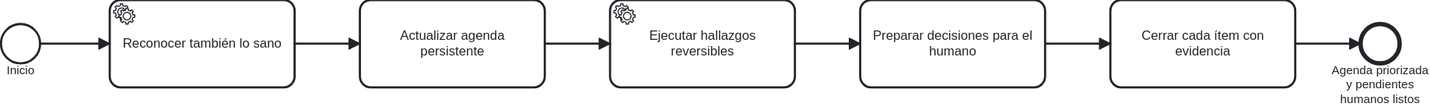
This is docs/atlas/render/71-auditoria-nocturna-as-is.svg from ArmandoMedina/jidoka, a BPMN export, as it was before one commit. Its source is kept beside it as docs/atlas/70-auditoria/71-auditoria-nocturna-as-is.bpmn. Ids are renumbered. Source of this version:
```xml
<bpmn:definitions xmlns:bpmn="http://www.omg.org/spec/BPMN/20100524/MODEL" xmlns:bpmndi="http://www.omg.org/spec/BPMN/20100524/DI" xmlns:dc="http://www.omg.org/spec/DD/20100524/DC" xmlns:di="http://www.omg.org/spec/DD/20100524/DI" xmlns:xsi="http://www.w3.org/2001/XMLSchema-instance" id="Definitions_71_AuditNoct" targetNamespace="https://github.com/ArmandoMedina/jidoka/process-atlas" exporter="OpenAI BPMN Atlas Generator" exporterVersion="0.2" xmlns:modeler="http://camunda.org/schema/modeler/1.0" modeler:executionPlatform="Camunda Platform" modeler:executionPlatformVersion="7.18.0">
  <bpmn:process id="Process_AuditoriaNocturna" name="Auditoría desatendida nocturna" isExecutable="false">
    <bpmn:documentation>Fuente: kanban/auditoria.md y kanban/desatendido.md</bpmn:documentation>
    <bpmn:startEvent id="Start" name="Inicio">
      <bpmn:outgoing>F_Start_Task_Reconocer</bpmn:outgoing>
    </bpmn:startEvent>
    <bpmn:serviceTask id="Task_Reconocer" name="Reconocer también lo sano">
      <bpmn:incoming>F_Start_Task_Reconocer</bpmn:incoming>
      <bpmn:outgoing>F_Task_Reconocer_Task_Agenda</bpmn:outgoing>
    </bpmn:serviceTask>
    <bpmn:sequenceFlow id="F_Start_Task_Reconocer" sourceRef="Start" targetRef="Task_Reconocer"/>
    <bpmn:task id="Task_Agenda" name="Actualizar agenda persistente">
      <bpmn:incoming>F_Task_Reconocer_Task_Agenda</bpmn:incoming>
      <bpmn:outgoing>F_Task_Agenda_Task_Agente</bpmn:outgoing>
    </bpmn:task>
    <bpmn:sequenceFlow id="F_Task_Reconocer_Task_Agenda" sourceRef="Task_Reconocer" targetRef="Task_Agenda"/>
    <bpmn:serviceTask id="Task_Agente" name="Ejecutar hallazgos reversibles">
      <bpmn:incoming>F_Task_Agenda_Task_Agente</bpmn:incoming>
      <bpmn:outgoing>F_Task_Agente_Task_Humano</bpmn:outgoing>
    </bpmn:serviceTask>
    <bpmn:sequenceFlow id="F_Task_Agenda_Task_Agente" sourceRef="Task_Agenda" targetRef="Task_Agente"/>
    <bpmn:task id="Task_Humano" name="Preparar decisiones para el humano">
      <bpmn:incoming>F_Task_Agente_Task_Humano</bpmn:incoming>
      <bpmn:outgoing>F_Task_Humano_Task_Cierre</bpmn:outgoing>
    </bpmn:task>
    <bpmn:sequenceFlow id="F_Task_Agente_Task_Humano" sourceRef="Task_Agente" targetRef="Task_Humano"/>
    <bpmn:task id="Task_Cierre" name="Cerrar cada ítem con evidencia">
      <bpmn:incoming>F_Task_Humano_Task_Cierre</bpmn:incoming>
      <bpmn:outgoing>F_Task_Cierre_End</bpmn:outgoing>
    </bpmn:task>
    <bpmn:sequenceFlow id="F_Task_Humano_Task_Cierre" sourceRef="Task_Humano" targetRef="Task_Cierre"/>
    <bpmn:endEvent id="End" name="Agenda priorizada y pendientes humanos listos">
      <bpmn:incoming>F_Task_Cierre_End</bpmn:incoming>
    </bpmn:endEvent>
    <bpmn:sequenceFlow id="F_Task_Cierre_End" sourceRef="Task_Cierre" targetRef="End"/>
  </bpmn:process>
  <bpmndi:BPMNDiagram id="Diagram_71_AuditNoct">
    <bpmndi:BPMNPlane id="Plane_Diagram_71_AuditNoct" bpmnElement="Process_AuditoriaNocturna">
      <bpmndi:BPMNShape id="Shape_Start" bpmnElement="Start">
        <dc:Bounds x="80" y="220" width="36" height="36"/>
      </bpmndi:BPMNShape>
      <bpmndi:BPMNShape id="Shape_Task_Reconocer" bpmnElement="Task_Reconocer">
        <dc:Bounds x="180" y="198" width="170" height="80"/>
      </bpmndi:BPMNShape>
      <bpmndi:BPMNEdge id="Edge_F_Start_Task_Reconocer" bpmnElement="F_Start_Task_Reconocer">
        <di:waypoint x="116" y="238"/>
        <di:waypoint x="180" y="238"/>
      </bpmndi:BPMNEdge>
      <bpmndi:BPMNShape id="Shape_Task_Agenda" bpmnElement="Task_Agenda">
        <dc:Bounds x="410" y="198" width="170" height="80"/>
      </bpmndi:BPMNShape>
      <bpmndi:BPMNEdge id="Edge_F_Task_Reconocer_Task_Agenda" bpmnElement="F_Task_Reconocer_Task_Agenda">
        <di:waypoint x="350" y="238"/>
        <di:waypoint x="410" y="238"/>
      </bpmndi:BPMNEdge>
      <bpmndi:BPMNShape id="Shape_Task_Agente" bpmnElement="Task_Agente">
        <dc:Bounds x="640" y="198" width="170" height="80"/>
      </bpmndi:BPMNShape>
      <bpmndi:BPMNEdge id="Edge_F_Task_Agenda_Task_Agente" bpmnElement="F_Task_Agenda_Task_Agente">
        <di:waypoint x="580" y="238"/>
        <di:waypoint x="640" y="238"/>
      </bpmndi:BPMNEdge>
      <bpmndi:BPMNShape id="Shape_Task_Humano" bpmnElement="Task_Humano">
        <dc:Bounds x="870" y="198" width="170" height="80"/>
      </bpmndi:BPMNShape>
      <bpmndi:BPMNEdge id="Edge_F_Task_Agente_Task_Humano" bpmnElement="F_Task_Agente_Task_Humano">
        <di:waypoint x="810" y="238"/>
        <di:waypoint x="870" y="238"/>
      </bpmndi:BPMNEdge>
      <bpmndi:BPMNShape id="Shape_Task_Cierre" bpmnElement="Task_Cierre">
        <dc:Bounds x="1100" y="198" width="170" height="80"/>
      </bpmndi:BPMNShape>
      <bpmndi:BPMNEdge id="Edge_F_Task_Humano_Task_Cierre" bpmnElement="F_Task_Humano_Task_Cierre">
        <di:waypoint x="1040" y="238"/>
        <di:waypoint x="1100" y="238"/>
      </bpmndi:BPMNEdge>
      <bpmndi:BPMNShape id="Shape_End" bpmnElement="End">
        <dc:Bounds x="1330" y="220" width="36" height="36"/>
      </bpmndi:BPMNShape>
      <bpmndi:BPMNEdge id="Edge_F_Task_Cierre_End" bpmnElement="F_Task_Cierre_End">
        <di:waypoint x="1270" y="238"/>
        <di:waypoint x="1330" y="238"/>
      </bpmndi:BPMNEdge>
    </bpmndi:BPMNPlane>
  </bpmndi:BPMNDiagram>
</bpmn:definitions>
```
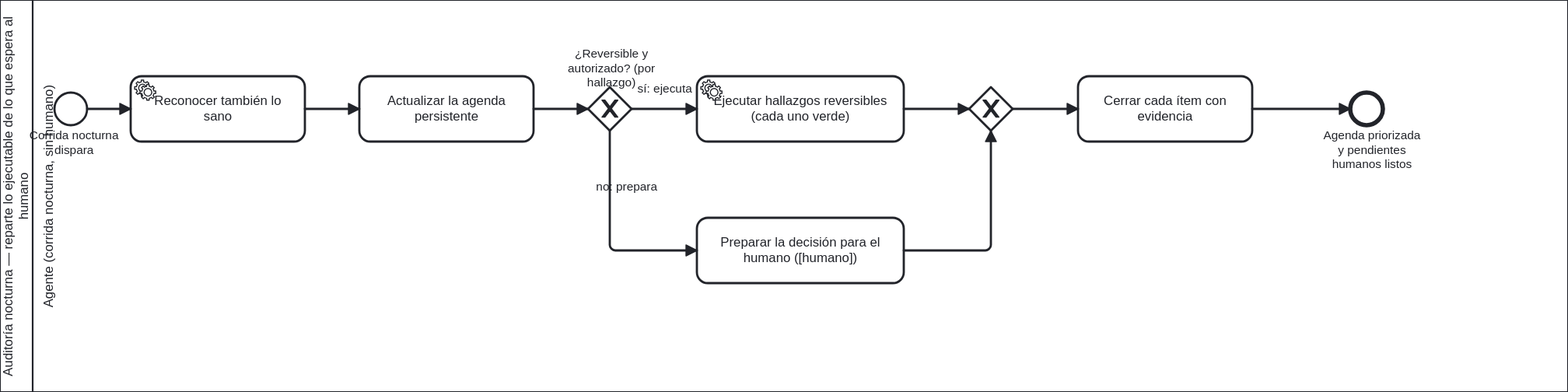
The same file after the commit.

What changed in the source:
```diff
@@ -1,85 +1,143 @@
-<bpmn:definitions xmlns:bpmn="http://www.omg.org/spec/BPMN/20100524/MODEL" xmlns:bpmndi="http://www.omg.org/spec/BPMN/20100524/DI" xmlns:dc="http://www.omg.org/spec/DD/20100524/DC" xmlns:di="http://www.omg.org/spec/DD/20100524/DI" xmlns:xsi="http://www.w3.org/2001/XMLSchema-instance" id="Definitions_71_AuditNoct" targetNamespace="https://github.com/ArmandoMedina/jidoka/process-atlas" exporter="OpenAI BPMN Atlas Generator" exporterVersion="0.2" xmlns:modeler="http://camunda.org/schema/modeler/1.0" modeler:executionPlatform="Camunda Platform" modeler:executionPlatformVersion="7.18.0">
-  <bpmn:process id="Process_AuditoriaNocturna" name="Auditoría desatendida nocturna" isExecutable="false">
-    <bpmn:documentation>Fuente: kanban/auditoria.md y kanban/desatendido.md</bpmn:documentation>
-    <bpmn:startEvent id="Start" name="Inicio">
-      <bpmn:outgoing>F_Start_Task_Reconocer</bpmn:outgoing>
+<bpmn:definitions xmlns:bpmn="http://www.omg.org/spec/BPMN/20100524/MODEL" xmlns:bpmndi="http://www.omg.org/spec/BPMN/20100524/DI" xmlns:dc="http://www.omg.org/spec/DD/20100524/DC" xmlns:di="http://www.omg.org/spec/DD/20100524/DI" xmlns:xsi="http://www.w3.org/2001/XMLSchema-instance" id="Definitions_71_AuditNoct" targetNamespace="https://github.com/ArmandoMedina/jidoka/process-atlas" exporter="Jidoka Atlas" exporterVersion="0.3" xmlns:modeler="http://camunda.org/schema/modeler/1.0" modeler:executionPlatform="Camunda Platform" modeler:executionPlatformVersion="7.18.0">
+  <bpmn:collaboration id="Collab_AuditNoct">
+    <bpmn:participant id="Pool_AuditNoct" name="Auditoría nocturna — reparte lo ejecutable de lo que espera al humano" processRef="Process_AuditoriaNocturna"/>
+  </bpmn:collaboration>
+  <bpmn:process id="Process_AuditoriaNocturna" name="Auditoría nocturna: ejecuta lo reversible, deja listo lo de juicio" isExecutable="false">
+    <bpmn:documentation>Fuente: kanban/auditoria.md y kanban/desatendido.md. Corrida sin humano presente (un solo actor: el agente nocturno); reparte por hallazgo entre ejecutar y preparar para el humano.</bpmn:documentation>
+    <bpmn:laneSet id="LaneSet_AuditNoct">
+      <bpmn:lane id="Lane_Agente" name="Agente (corrida nocturna, sin humano)">
+        <bpmn:flowNodeRef>Start</bpmn:flowNodeRef>
+        <bpmn:flowNodeRef>T_Reconocer</bpmn:flowNodeRef>
+        <bpmn:flowNodeRef>T_Agenda</bpmn:flowNodeRef>
+        <bpmn:flowNodeRef>Gw_Reparto</bpmn:flowNodeRef>
+        <bpmn:flowNodeRef>T_Ejecutar</bpmn:flowNodeRef>
+        <bpmn:flowNodeRef>T_Humano</bpmn:flowNodeRef>
+        <bpmn:flowNodeRef>Gw_Join</bpmn:flowNodeRef>
+        <bpmn:flowNodeRef>T_Cierre</bpmn:flowNodeRef>
+        <bpmn:flowNodeRef>End</bpmn:flowNodeRef>
+      </bpmn:lane>
+    </bpmn:laneSet>
+    <bpmn:startEvent id="Start" name="Corrida nocturna dispara">
+      <bpmn:outgoing>f1</bpmn:outgoing>
     </bpmn:startEvent>
-    <bpmn:serviceTask id="Task_Reconocer" name="Reconocer también lo sano">
-      <bpmn:incoming>F_Start_Task_Reconocer</bpmn:incoming>
-      <bpmn:outgoing>F_Task_Reconocer_Task_Agenda</bpmn:outgoing>
+    <bpmn:serviceTask id="T_Reconocer" name="Reconocer también lo sano">
+      <bpmn:incoming>f1</bpmn:incoming>
+      <bpmn:outgoing>f2</bpmn:outgoing>
     </bpmn:serviceTask>
-    <bpmn:sequenceFlow id="F_Start_Task_Reconocer" sourceRef="Start" targetRef="Task_Reconocer"/>
-    <bpmn:task id="Task_Agenda" name="Actualizar agenda persistente">
-      <bpmn:incoming>F_Task_Reconocer_Task_Agenda</bpmn:incoming>
-      <bpmn:outgoing>F_Task_Agenda_Task_Agente</bpmn:outgoing>
+    <bpmn:task id="T_Agenda" name="Actualizar la agenda persistente">
+      <bpmn:incoming>f2</bpmn:incoming>
+      <bpmn:outgoing>f3</bpmn:outgoing>
     </bpmn:task>
-    <bpmn:sequenceFlow id="F_Task_Reconocer_Task_Agenda" sourceRef="Task_Reconocer" targetRef="Task_Agenda"/>
-    <bpmn:serviceTask id="Task_Agente" name="Ejecutar hallazgos reversibles">
-      <bpmn:incoming>F_Task_Agenda_Task_Agente</bpmn:incoming>
-      <bpmn:outgoing>F_Task_Agente_Task_Humano</bpmn:outgoing>
+    <bpmn:exclusiveGateway id="Gw_Reparto" name="¿Reversible y autorizado? (por hallazgo)">
+      <bpmn:incoming>f3</bpmn:incoming>
+      <bpmn:outgoing>f_si</bpmn:outgoing>
+      <bpmn:outgoing>f_no</bpmn:outgoing>
+    </bpmn:exclusiveGateway>
+    <bpmn:serviceTask id="T_Ejecutar" name="Ejecutar hallazgos reversibles (cada uno verde)">
+      <bpmn:incoming>f_si</bpmn:incoming>
+      <bpmn:outgoing>f_ej_join</bpmn:outgoing>
     </bpmn:serviceTask>
-    <bpmn:sequenceFlow id="F_Task_Agenda_Task_Agente" sourceRef="Task_Agenda" targetRef="Task_Agente"/>
-    <bpmn:task id="Task_Humano" name="Preparar decisiones para el humano">
-      <bpmn:incoming>F_Task_Agente_Task_Humano</bpmn:incoming>
-      <bpmn:outgoing>F_Task_Humano_Task_Cierre</bpmn:outgoing>
+    <bpmn:task id="T_Humano" name="Preparar la decisión para el humano ([humano])">
+      <bpmn:incoming>f_no</bpmn:incoming>
+      <bpmn:outgoing>f_hu_join</bpmn:outgoing>
     </bpmn:task>
-    <bpmn:sequenceFlow id="F_Task_Agente_Task_Humano" sourceRef="Task_Agente" targetRef="Task_Humano"/>
-    <bpmn:task id="Task_Cierre" name="Cerrar cada ítem con evidencia">
-      <bpmn:incoming>F_Task_Humano_Task_Cierre</bpmn:incoming>
-      <bpmn:outgoing>F_Task_Cierre_End</bpmn:outgoing>
+    <bpmn:exclusiveGateway id="Gw_Join">
+      <bpmn:incoming>f_ej_join</bpmn:incoming>
+      <bpmn:incoming>f_hu_join</bpmn:incoming>
+      <bpmn:outgoing>f_join_cierre</bpmn:outgoing>
+    </bpmn:exclusiveGateway>
+    <bpmn:task id="T_Cierre" name="Cerrar cada ítem con evidencia">
+      <bpmn:incoming>f_join_cierre</bpmn:incoming>
+      <bpmn:outgoing>f_cierre_end</bpmn:outgoing>
     </bpmn:task>
-    <bpmn:sequenceFlow id="F_Task_Humano_Task_Cierre" sourceRef="Task_Humano" targetRef="Task_Cierre"/>
     <bpmn:endEvent id="End" name="Agenda priorizada y pendientes humanos listos">
-      <bpmn:incoming>F_Task_Cierre_End</bpmn:incoming>
+      <bpmn:incoming>f_cierre_end</bpmn:incoming>
     </bpmn:endEvent>
-    <bpmn:sequenceFlow id="F_Task_Cierre_End" sourceRef="Task_Cierre" targetRef="End"/>
+    <bpmn:sequenceFlow id="f1" sourceRef="Start" targetRef="T_Reconocer"/>
+    <bpmn:sequenceFlow id="f2" sourceRef="T_Reconocer" targetRef="T_Agenda"/>
+    <bpmn:sequenceFlow id="f3" sourceRef="T_Agenda" targetRef="Gw_Reparto"/>
+    <bpmn:sequenceFlow id="f_si" name="sí: ejecuta" sourceRef="Gw_Reparto" targetRef="T_Ejecutar"/>
+    <bpmn:sequenceFlow id="f_no" name="no: prepara" sourceRef="Gw_Reparto" targetRef="T_Humano"/>
+    <bpmn:sequenceFlow id="f_ej_join" sourceRef="T_Ejecutar" targetRef="Gw_Join"/>
+    <bpmn:sequenceFlow id="f_hu_join" sourceRef="T_Humano" targetRef="Gw_Join"/>
+    <bpmn:sequenceFlow id="f_join_cierre" sourceRef="Gw_Join" targetRef="T_Cierre"/>
+    <bpmn:sequenceFlow id="f_cierre_end" sourceRef="T_Cierre" targetRef="End"/>
   </bpmn:process>
   <bpmndi:BPMNDiagram id="Diagram_71_AuditNoct">
-    <bpmndi:BPMNPlane id="Plane_Diagram_71_AuditNoct" bpmnElement="Process_AuditoriaNocturna">
-      <bpmndi:BPMNShape id="Shape_Start" bpmnElement="Start">
-        <dc:Bounds x="80" y="220" width="36" height="36"/>
+    <bpmndi:BPMNPlane id="Plane_71_AuditNoct" bpmnElement="Collab_AuditNoct">
+      <bpmndi:BPMNShape id="S_Pool" bpmnElement="Pool_AuditNoct" isHorizontal="true">
+        <dc:Bounds x="160" y="80" width="1440" height="360"/>
       </bpmndi:BPMNShape>
-      <bpmndi:BPMNShape id="Shape_Task_Reconocer" bpmnElement="Task_Reconocer">
-        <dc:Bounds x="180" y="198" width="170" height="80"/>
+      <bpmndi:BPMNShape id="S_LaneA" bpmnElement="Lane_Agente" isHorizontal="true">
+        <dc:Bounds x="190" y="80" width="1410" height="360"/>
       </bpmndi:BPMNShape>
-      <bpmndi:BPMNEdge id="Edge_F_Start_Task_Reconocer" bpmnElement="F_Start_Task_Reconocer">
-        <di:waypoint x="116" y="238"/>
-        <di:waypoint x="180" y="238"/>
+      <bpmndi:BPMNShape id="S_Start" bpmnElement="Start">
+        <dc:Bounds x="210" y="165" width="30" height="30"/>
+        <bpmndi:BPMNLabel><dc:Bounds x="188" y="198" width="80" height="27"/></bpmndi:BPMNLabel>
+      </bpmndi:BPMNShape>
+      <bpmndi:BPMNShape id="S_TReconocer" bpmnElement="T_Reconocer">
+        <dc:Bounds x="280" y="150" width="160" height="60"/>
+      </bpmndi:BPMNShape>
+      <bpmndi:BPMNShape id="S_TAgenda" bpmnElement="T_Agenda">
+        <dc:Bounds x="490" y="150" width="160" height="60"/>
+      </bpmndi:BPMNShape>
+      <bpmndi:BPMNShape id="S_GwReparto" bpmnElement="Gw_Reparto" isMarkerVisible="true">
+        <dc:Bounds x="700" y="160" width="40" height="40"/>
+        <bpmndi:BPMNLabel><dc:Bounds x="685" y="123" width="72" height="27"/></bpmndi:BPMNLabel>
+      </bpmndi:BPMNShape>
+      <bpmndi:BPMNShape id="S_TEjecutar" bpmnElement="T_Ejecutar">
+        <dc:Bounds x="800" y="150" width="190" height="60"/>
+      </bpmndi:BPMNShape>
+      <bpmndi:BPMNShape id="S_THumano" bpmnElement="T_Humano">
+        <dc:Bounds x="800" y="280" width="190" height="60"/>
+      </bpmndi:BPMNShape>
+      <bpmndi:BPMNShape id="S_GwJoin" bpmnElement="Gw_Join" isMarkerVisible="true">
+        <dc:Bounds x="1050" y="160" width="40" height="40"/>
+      </bpmndi:BPMNShape>
+      <bpmndi:BPMNShape id="S_TCierre" bpmnElement="T_Cierre">
+        <dc:Bounds x="1150" y="150" width="160" height="60"/>
+      </bpmndi:BPMNShape>
+      <bpmndi:BPMNShape id="S_End" bpmnElement="End">
+        <dc:Bounds x="1400" y="165" width="30" height="30"/>
+        <bpmndi:BPMNLabel><dc:Bounds x="1375" y="198" width="90" height="27"/></bpmndi:BPMNLabel>
+      </bpmndi:BPMNShape>
+      <bpmndi:BPMNEdge id="E_f1" bpmnElement="f1">
+        <di:waypoint x="240" y="180"/>
+        <di:waypoint x="280" y="180"/>
       </bpmndi:BPMNEdge>
-      <bpmndi:BPMNShape id="Shape_Task_Agenda" bpmnElement="Task_Agenda">
-        <dc:Bounds x="410" y="198" width="170" height="80"/>
-      </bpmndi:BPMNShape>
-      <bpmndi:BPMNEdge id="Edge_F_Task_Reconocer_Task_Agenda" bpmnElement="F_Task_Reconocer_Task_Agenda">
-        <di:waypoint x="350" y="238"/>
-        <di:waypoint x="410" y="238"/>
+      <bpmndi:BPMNEdge id="E_f2" bpmnElement="f2">
+        <di:waypoint x="440" y="180"/>
+        <di:waypoint x="490" y="180"/>
       </bpmndi:BPMNEdge>
-      <bpmndi:BPMNShape id="Shape_Task_Agente" bpmnElement="Task_Agente">
-        <dc:Bounds x="640" y="198" width="170" height="80"/>
-      </bpmndi:BPMNShape>
-      <bpmndi:BPMNEdge id="Edge_F_Task_Agenda_Task_Agente" bpmnElement="F_Task_Agenda_Task_Agente">
-        <di:waypoint x="580" y="238"/>
-        <di:waypoint x="640" y="238"/>
+      <bpmndi:BPMNEdge id="E_f3" bpmnElement="f3">
+        <di:waypoint x="650" y="180"/>
+        <di:waypoint x="700" y="180"/>
       </bpmndi:BPMNEdge>
-      <bpmndi:BPMNShape id="Shape_Task_Humano" bpmnElement="Task_Humano">
-        <dc:Bounds x="870" y="198" width="170" height="80"/>
-      </bpmndi:BPMNShape>
-      <bpmndi:BPMNEdge id="Edge_F_Task_Agente_Task_Humano" bpmnElement="F_Task_Agente_Task_Humano">
-        <di:waypoint x="810" y="238"/>
-        <di:waypoint x="870" y="238"/>
+      <bpmndi:BPMNEdge id="E_f_si" bpmnElement="f_si">
+        <di:waypoint x="740" y="180"/>
+        <di:waypoint x="800" y="180"/>
       </bpmndi:BPMNEdge>
-      <bpmndi:BPMNShape id="Shape_Task_Cierre" bpmnElement="Task_Cierre">
-        <dc:Bounds x="1100" y="198" width="170" height="80"/>
-      </bpmndi:BPMNShape>
-      <bpmndi:BPMNEdge id="Edge_F_Task_Humano_Task_Cierre" bpmnElement="F_Task_Humano_Task_Cierre">
-        <di:waypoint x="1040" y="238"/>
-        <di:waypoint x="1100" y="238"/>
+      <bpmndi:BPMNEdge id="E_f_no" bpmnElement="f_no">
+        <di:waypoint x="720" y="200"/>
+        <di:waypoint x="720" y="310"/>
+        <di:waypoint x="800" y="310"/>
       </bpmndi:BPMNEdge>
-      <bpmndi:BPMNShape id="Shape_End" bpmnElement="End">
-        <dc:Bounds x="1330" y="220" width="36" height="36"/>
-      </bpmndi:BPMNShape>
-      <bpmndi:BPMNEdge id="Edge_F_Task_Cierre_End" bpmnElement="F_Task_Cierre_End">
-        <di:waypoint x="1270" y="238"/>
-        <di:waypoint x="1330" y="238"/>
+      <bpmndi:BPMNEdge id="E_f_ej_join" bpmnElement="f_ej_join">
+        <di:waypoint x="990" y="180"/>
+        <di:waypoint x="1050" y="180"/>
+      </bpmndi:BPMNEdge>
+      <bpmndi:BPMNEdge id="E_f_hu_join" bpmnElement="f_hu_join">
+        <di:waypoint x="990" y="310"/>
+        <di:waypoint x="1070" y="310"/>
+        <di:waypoint x="1070" y="200"/>
+      </bpmndi:BPMNEdge>
+      <bpmndi:BPMNEdge id="E_f_join_cierre" bpmnElement="f_join_cierre">
+        <di:waypoint x="1090" y="180"/>
+        <di:waypoint x="1150" y="180"/>
+      </bpmndi:BPMNEdge>
+      <bpmndi:BPMNEdge id="E_f_cierre_end" bpmnElement="f_cierre_end">
+        <di:waypoint x="1310" y="180"/>
+        <di:waypoint x="1400" y="180"/>
       </bpmndi:BPMNEdge>
     </bpmndi:BPMNPlane>
   </bpmndi:BPMNDiagram>
```
